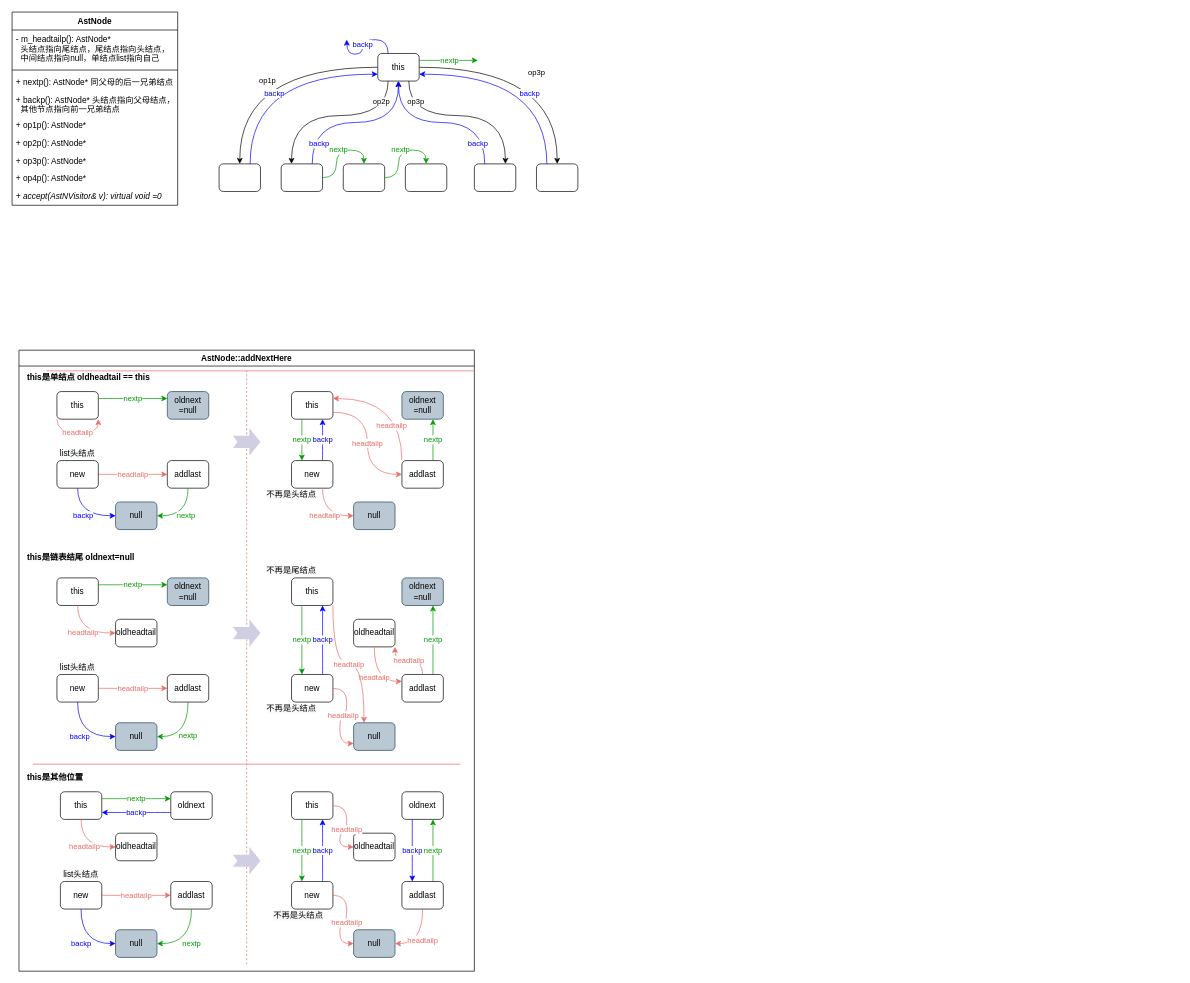
Dercury/CLDK keeps this draw.io diagram as verilator_digrams/V3AstNode.drawio. Above is the earlier version. Source tidied: cells renumbered, new cells numbered last; positions are measured from the earlier drawing's top-left corner, leaving out a move shared by most shapes. Both pictures are drawn from the tidied source at 69%, with x=0, y=0 at pixel (12, 12).
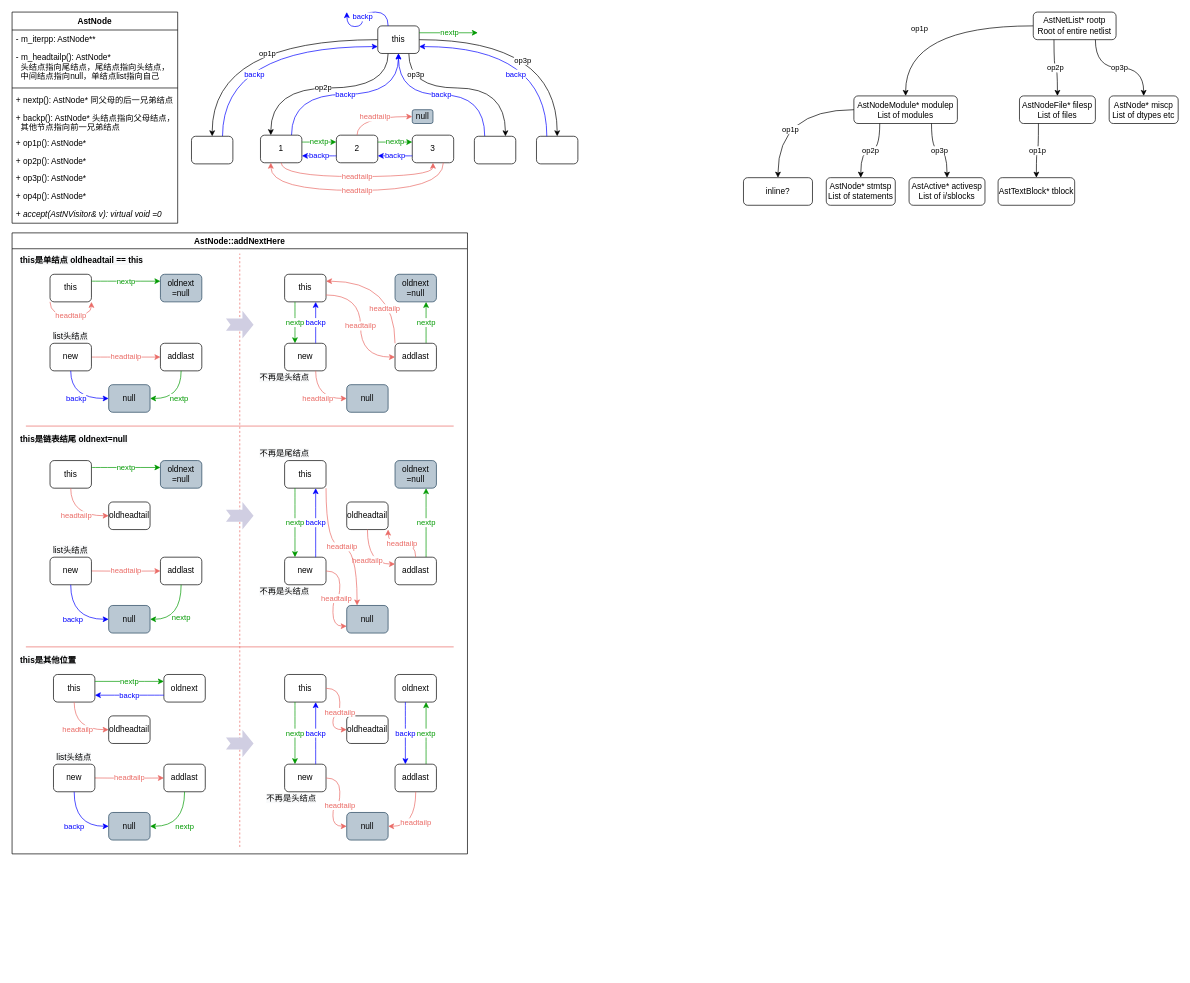
After the change.

What changed in the source:
```diff
@@
     <mxCell id="2" value="AstNode" style="swimlane;fontStyle=1;align=center;verticalAlign=top;horizontal=1;startSize=26;" parent="1" vertex="1">
-      <mxGeometry width="240" height="280" as="geometry" />
+      <mxGeometry width="240" height="306" as="geometry" />
     </mxCell>
+    <mxCell id="118" value="- m_iterpp: AstNode**" style="text;strokeColor=none;fillColor=none;align=left;verticalAlign=top;spacingLeft=4;spacingRight=4;overflow=hidden;" parent="2" vertex="1">
+      <mxGeometry y="26" width="240" height="26" as="geometry" />
+    </mxCell>
     <mxCell id="3" value="- m_headtailp(): AstNode*&#10;  头结点指向尾结点，尾结点指向头结点，&#10;  中间结点指向null，单结点list指向自己" style="text;strokeColor=none;fillColor=none;align=left;verticalAlign=top;spacingLeft=4;spacingRight=4;overflow=hidden;" parent="2" vertex="1">
-      <mxGeometry y="26" width="240" height="54" as="geometry" />
+      <mxGeometry y="52" width="240" height="54" as="geometry" />
     </mxCell>
     <mxCell id="4" style="line;strokeWidth=1;fillColor=none;align=left;verticalAlign=middle;spacingTop=-1;spacingLeft=3;spacingRight=3;labelPosition=right;" parent="2" vertex="1">
-      <mxGeometry y="80" width="240" height="8" as="geometry" />
+      <mxGeometry y="106" width="240" height="8" as="geometry" />
     </mxCell>
     <mxCell id="5" value="+ nextp(): AstNode* 同父母的后一兄弟结点" style="text;strokeColor=none;fillColor=none;align=left;verticalAlign=top;spacingLeft=4;spacingRight=4;overflow=hidden;" parent="2" vertex="1">
-      <mxGeometry y="88" width="240" height="26" as="geometry" />
+      <mxGeometry y="114" width="240" height="26" as="geometry" />
     </mxCell>
     <mxCell id="6" value="+ backp(): AstNode* 头结点指向父母结点，&#10;  其他节点指向前一兄弟结点" style="text;strokeColor=none;fillColor=none;align=left;verticalAlign=top;spacingLeft=4;spacingRight=4;overflow=hidden;" parent="2" vertex="1">
-      <mxGeometry y="114" width="240" height="36" as="geometry" />
+      <mxGeometry y="140" width="240" height="36" as="geometry" />
     </mxCell>
     <mxCell id="7" value="+ op1p(): AstNode*" style="text;strokeColor=none;fillColor=none;align=left;verticalAlign=top;spacingLeft=4;spacingRight=4;overflow=hidden;" parent="2" vertex="1">
-      <mxGeometry y="150" width="240" height="26" as="geometry" />
+      <mxGeometry y="176" width="240" height="26" as="geometry" />
     </mxCell>
     <mxCell id="8" value="+ op2p(): AstNode*" style="text;strokeColor=none;fillColor=none;align=left;verticalAlign=top;spacingLeft=4;spacingRight=4;overflow=hidden;" parent="2" vertex="1">
-      <mxGeometry y="176" width="240" height="26" as="geometry" />
+      <mxGeometry y="202" width="240" height="26" as="geometry" />
     </mxCell>
     <mxCell id="9" value="+ op3p(): AstNode*" style="text;strokeColor=none;fillColor=none;align=left;verticalAlign=top;spacingLeft=4;spacingRight=4;overflow=hidden;" parent="2" vertex="1">
-      <mxGeometry y="202" width="240" height="26" as="geometry" />
+      <mxGeometry y="228" width="240" height="26" as="geometry" />
     </mxCell>
     <mxCell id="10" value="+ op4p(): AstNode*" style="text;strokeColor=none;fillColor=none;align=left;verticalAlign=top;spacingLeft=4;spacingRight=4;overflow=hidden;" parent="2" vertex="1">
-      <mxGeometry y="228" width="240" height="26" as="geometry" />
+      <mxGeometry y="254" width="240" height="26" as="geometry" />
     </mxCell>
     <mxCell id="11" value="+ accept(AstNVisitor&amp; v): virtual void =0" style="text;strokeColor=none;fillColor=none;align=left;verticalAlign=top;spacingLeft=4;spacingRight=4;overflow=hidden;fontStyle=2;" parent="2" vertex="1">
-      <mxGeometry y="254" width="240" height="26" as="geometry" />
+      <mxGeometry y="280" width="240" height="26" as="geometry" />
     </mxCell>
     <mxCell id="12" value="op2p" style="edgeStyle=orthogonalEdgeStyle;rounded=0;jettySize=auto;html=1;exitX=0.25;exitY=1;exitDx=0;exitDy=0;entryX=0.25;entryY=0;entryDx=0;entryDy=0;curved=1;entryPerimeter=0;" parent="1" edge="1" source="16" target="20">
-      <mxGeometry x="-0.77" y="-10" relative="1" as="geometry">
+      <mxGeometry relative="1" as="geometry">
         <Array as="points">
-          <mxPoint x="545" y="150" />
-          <mxPoint x="405" y="150" />
+          <mxPoint x="545" y="110" />
+          <mxPoint x="375" y="110" />
         </Array>
       </mxGeometry>
     </mxCell>
     <mxCell id="13" value="op3p" style="edgeStyle=orthogonalEdgeStyle;rounded=0;jettySize=auto;html=1;exitX=0.75;exitY=1;exitDx=0;exitDy=0;entryX=0.75;entryY=0;entryDx=0;entryDy=0;curved=1;" parent="1" edge="1" source="16" target="22">
       <mxGeometry x="-0.77" y="10" relative="1" as="geometry">
         <Array as="points">
-          <mxPoint x="575" y="150" />
-          <mxPoint x="715" y="150" />
+          <mxPoint x="575" y="110" />
+          <mxPoint x="715" y="110" />
         </Array>
       </mxGeometry>
     </mxCell>
     <mxCell id="14" value="op3p" style="edgeStyle=orthogonalEdgeStyle;rounded=0;jettySize=auto;html=1;exitX=1;exitY=0.5;exitDx=0;exitDy=0;entryX=0.5;entryY=0;entryDx=0;entryDy=0;curved=1;" parent="1" edge="1" source="16" target="23">
-      <mxGeometry x="0.22" y="-30" relative="1" as="geometry" />
+      <mxGeometry x="-0.12" y="-30" relative="1" as="geometry" />
     </mxCell>
     <mxCell id="15" value="op1p" style="edgeStyle=orthogonalEdgeStyle;rounded=0;jettySize=auto;html=1;exitX=0;exitY=0.5;exitDx=0;exitDy=0;entryX=0.5;entryY=0;entryDx=0;entryDy=0;curved=1;" parent="1" edge="1" source="16" target="18">
-      <mxGeometry x="0.29" y="40" relative="1" as="geometry" />
+      <mxGeometry x="-0.16" y="20" relative="1" as="geometry" />
     </mxCell>
     <mxCell id="16" value="this" style="rounded=1;whiteSpace=wrap;html=1;" parent="1" vertex="1">
-      <mxGeometry x="530" y="60" width="60" height="40" as="geometry" />
+      <mxGeometry x="530" y="20" width="60" height="40" as="geometry" />
     </mxCell>
     <mxCell id="17" value="backp" style="edgeStyle=orthogonalEdgeStyle;curved=1;rounded=0;jettySize=auto;html=1;exitX=0.75;exitY=0;exitDx=0;exitDy=0;entryX=0;entryY=0.75;entryDx=0;entryDy=0;fontColor=#0000FF;strokeColor=#0000FF;" parent="1" edge="1" source="18" target="16">
-      <mxGeometry x="-0.35" y="-35" relative="1" as="geometry" />
+      <mxGeometry x="-0.01" y="-40" relative="1" as="geometry" />
     </mxCell>
     <mxCell id="18" style="rounded=1;whiteSpace=wrap;html=1;" parent="1" vertex="1">
-      <mxGeometry x="300" y="220" width="60" height="40" as="geometry" />
+      <mxGeometry x="260" y="180" width="60" height="40" as="geometry" />
     </mxCell>
     <mxCell id="19" value="backp" style="edgeStyle=orthogonalEdgeStyle;curved=1;rounded=0;jettySize=auto;html=1;exitX=0.75;exitY=0;exitDx=0;exitDy=0;entryX=0.5;entryY=1;entryDx=0;entryDy=0;fontColor=#0000FF;strokeColor=#0000FF;" parent="1" edge="1" source="20" target="16">
-      <mxGeometry x="-0.76" y="-10" relative="1" as="geometry" />
+      <mxGeometry relative="1" as="geometry" />
     </mxCell>
-    <mxCell id="20" style="rounded=1;whiteSpace=wrap;html=1;" parent="1" vertex="1">
-      <mxGeometry x="390" y="220" width="60" height="40" as="geometry" />
+    <mxCell id="20" value="1" style="rounded=1;whiteSpace=wrap;html=1;" parent="1" vertex="1">
+      <mxGeometry x="360" y="178.4" width="60" height="40" as="geometry" />
     </mxCell>
     <mxCell id="21" value="backp" style="edgeStyle=orthogonalEdgeStyle;curved=1;rounded=0;jettySize=auto;html=1;exitX=0.25;exitY=0;exitDx=0;exitDy=0;entryX=0.5;entryY=1;entryDx=0;entryDy=0;strokeColor=#0000FF;fontColor=#0000FF;" parent="1" edge="1" source="22" target="16">
-      <mxGeometry x="-0.76" y="10" relative="1" as="geometry" />
+      <mxGeometry relative="1" as="geometry" />
     </mxCell>
     <mxCell id="22" style="rounded=1;whiteSpace=wrap;html=1;" parent="1" vertex="1">
-      <mxGeometry x="670" y="220" width="60" height="40" as="geometry" />
+      <mxGeometry x="670" y="180" width="60" height="40" as="geometry" />
     </mxCell>
     <mxCell id="23" style="rounded=1;whiteSpace=wrap;html=1;" parent="1" vertex="1">
-      <mxGeometry x="760" y="220" width="60" height="40" as="geometry" />
+      <mxGeometry x="760" y="180" width="60" height="40" as="geometry" />
     </mxCell>
     <mxCell id="24" value="backp" style="edgeStyle=orthogonalEdgeStyle;curved=1;rounded=0;jettySize=auto;html=1;exitX=0.25;exitY=0;exitDx=0;exitDy=0;entryX=1;entryY=0.75;entryDx=0;entryDy=0;strokeColor=#0000FF;fontColor=#0000FF;" parent="1" edge="1" source="23" target="16">
-      <mxGeometry x="-0.35" y="25" relative="1" as="geometry" />
+      <mxGeometry x="0.11" y="40" relative="1" as="geometry" />
     </mxCell>
     <mxCell id="25" value="backp" style="edgeStyle=orthogonalEdgeStyle;curved=1;rounded=0;jettySize=auto;html=1;exitX=0.25;exitY=0;exitDx=0;exitDy=0;strokeColor=#0000FF;fontColor=#0000FF;" parent="1" edge="1" source="16">
       <mxGeometry x="0.05" relative="1" as="geometry">
-        <mxPoint x="485" y="40" as="targetPoint" />
+        <mxPoint x="485" as="targetPoint" />
       </mxGeometry>
     </mxCell>
     <mxCell id="26" value="nextp" style="edgeStyle=orthogonalEdgeStyle;curved=1;rounded=0;jettySize=auto;html=1;exitX=1;exitY=0.25;exitDx=0;exitDy=0;strokeColor=#009900;fontColor=#009900;" parent="1" edge="1" source="16">
       <mxGeometry x="0.05" relative="1" as="geometry">
-        <mxPoint x="675" y="70" as="targetPoint" />
+        <mxPoint x="675" y="30" as="targetPoint" />
       </mxGeometry>
     </mxCell>
     <mxCell id="27" value="AstNode::addNextHere" style="swimlane;align=center;" parent="1" vertex="1">
-      <mxGeometry x="10" y="490" width="660" height="900" as="geometry" />
+      <mxGeometry y="320" width="660" height="900" as="geometry" />
     </mxCell>
@@
-    <mxCell id="113" style="endArrow=none;html=1;fontColor=#000000;strokeColor=#EA6B66;" parent="1" edge="1">
+    <mxCell id="113" style="endArrow=none;html=1;fontColor=#000000;strokeColor=#EA6B66;" parent="27" edge="1">
       <mxGeometry relative="1" as="geometry">
-        <mxPoint x="670" y="520" as="sourcePoint" />
-        <mxPoint x="50" y="520" as="targetPoint" />
+        <mxPoint x="640" y="280" as="sourcePoint" />
+        <mxPoint x="20" y="280" as="targetPoint" />
       </mxGeometry>
     </mxCell>
-    <mxCell id="114" style="rounded=1;whiteSpace=wrap;html=1;" parent="1" vertex="1">
-      <mxGeometry x="480" y="220" width="60" height="40" as="geometry" />
+    <mxCell id="114" value="2" style="rounded=1;whiteSpace=wrap;html=1;" parent="1" vertex="1">
+      <mxGeometry x="470" y="178.4" width="60" height="40" as="geometry" />
     </mxCell>
-    <mxCell id="115" value="nextp" style="edgeStyle=orthogonalEdgeStyle;curved=1;rounded=0;jettySize=auto;html=1;exitX=1;exitY=0.5;exitDx=0;exitDy=0;strokeColor=#009900;fontColor=#009900;entryX=0.5;entryY=0;entryDx=0;entryDy=0;" parent="1" edge="1" source="20" target="114">
-      <mxGeometry x="0.05" relative="1" as="geometry" />
+    <mxCell id="115" value="nextp" style="edgeStyle=orthogonalEdgeStyle;curved=1;rounded=0;jettySize=auto;html=1;exitX=1;exitY=0.25;exitDx=0;exitDy=0;strokeColor=#009900;fontColor=#009900;entryX=0;entryY=0.25;entryDx=0;entryDy=0;" parent="1" edge="1" source="20" target="114">
+      <mxGeometry relative="1" as="geometry" />
     </mxCell>
-    <mxCell id="116" style="rounded=1;whiteSpace=wrap;html=1;" parent="1" vertex="1">
-      <mxGeometry x="570" y="220" width="60" height="40" as="geometry" />
+    <mxCell id="116" value="3" style="rounded=1;whiteSpace=wrap;html=1;" parent="1" vertex="1">
+      <mxGeometry x="580" y="178.4" width="60" height="40" as="geometry" />
     </mxCell>
-    <mxCell id="117" value="nextp" style="edgeStyle=orthogonalEdgeStyle;curved=1;rounded=0;jettySize=auto;html=1;exitX=1;exitY=0.5;exitDx=0;exitDy=0;strokeColor=#009900;fontColor=#009900;entryX=0.5;entryY=0;entryDx=0;entryDy=0;" parent="1" edge="1" source="114" target="116">
-      <mxGeometry x="0.05" relative="1" as="geometry" />
+    <mxCell id="117" value="nextp" style="edgeStyle=orthogonalEdgeStyle;curved=1;rounded=0;jettySize=auto;html=1;exitX=1;exitY=0.25;exitDx=0;exitDy=0;strokeColor=#009900;fontColor=#009900;entryX=0;entryY=0.25;entryDx=0;entryDy=0;" parent="1" edge="1" source="114" target="116">
+      <mxGeometry relative="1" as="geometry" />
     </mxCell>
+    <mxCell id="119" value="headtailp" style="edgeStyle=orthogonalEdgeStyle;curved=1;rounded=0;jettySize=auto;html=1;fontColor=#EA6B66;strokeColor=#EA6B66;exitX=0.5;exitY=1;exitDx=0;exitDy=0;entryX=0.5;entryY=1;entryDx=0;entryDy=0;" parent="1" edge="1" source="20" target="116">
+      <mxGeometry relative="1" as="geometry" />
+    </mxCell>
+    <mxCell id="120" value="headtailp" style="edgeStyle=orthogonalEdgeStyle;curved=1;rounded=0;jettySize=auto;html=1;fontColor=#EA6B66;strokeColor=#EA6B66;exitX=0.75;exitY=1;exitDx=0;exitDy=0;entryX=0.25;entryY=1;entryDx=0;entryDy=0;" parent="1" edge="1" source="116" target="20">
+      <mxGeometry relative="1" as="geometry">
+        <Array as="points">
+          <mxPoint x="625" y="258.5" />
+          <mxPoint x="375" y="258.5" />
+        </Array>
+      </mxGeometry>
+    </mxCell>
+    <mxCell id="121" value="null" style="rounded=1;whiteSpace=wrap;html=1;fillColor=#bac8d3;strokeColor=#23445d;" parent="1" vertex="1">
+      <mxGeometry x="580" y="141.5" width="30" height="20" as="geometry" />
+    </mxCell>
+    <mxCell id="122" value="headtailp" style="edgeStyle=orthogonalEdgeStyle;curved=1;rounded=0;jettySize=auto;html=1;fontColor=#EA6B66;strokeColor=#EA6B66;entryX=0;entryY=0.5;entryDx=0;entryDy=0;exitX=0.5;exitY=0;exitDx=0;exitDy=0;" parent="1" edge="1" source="114" target="121">
+      <mxGeometry relative="1" as="geometry" />
+    </mxCell>
+    <mxCell id="123" value="backp" style="edgeStyle=orthogonalEdgeStyle;curved=1;rounded=0;jettySize=auto;html=1;exitX=0;exitY=0.75;exitDx=0;exitDy=0;entryX=1;entryY=0.75;entryDx=0;entryDy=0;fontColor=#0000FF;strokeColor=#0000FF;" parent="1" edge="1" source="116" target="114">
+      <mxGeometry relative="1" as="geometry" />
+    </mxCell>
+    <mxCell id="124" value="backp" style="edgeStyle=orthogonalEdgeStyle;curved=1;rounded=0;jettySize=auto;html=1;exitX=0;exitY=0.75;exitDx=0;exitDy=0;entryX=1;entryY=0.75;entryDx=0;entryDy=0;fontColor=#0000FF;strokeColor=#0000FF;" parent="1" edge="1" source="114" target="20">
+      <mxGeometry relative="1" as="geometry" />
+    </mxCell>
+    <mxCell id="125" value="op1p" style="edgeStyle=orthogonalEdgeStyle;curved=1;rounded=0;jettySize=auto;html=1;fontColor=#000000;" parent="1" edge="1" source="126" target="127">
+      <mxGeometry x="0.32" y="20" relative="1" as="geometry" />
+    </mxCell>
+    <mxCell id="126" value="AstNetList* rootp&lt;br&gt;Root of entire netlist" style="rounded=1;whiteSpace=wrap;html=1;" parent="1" vertex="1">
+      <mxGeometry x="1480" width="120" height="40" as="geometry" />
+    </mxCell>
+    <mxCell id="127" value="AstNodeModule* modulep&lt;br&gt;List of modules" style="rounded=1;whiteSpace=wrap;html=1;" parent="1" vertex="1">
+      <mxGeometry x="1220" y="121.5" width="150" height="40" as="geometry" />
+    </mxCell>
+    <mxCell id="128" value="op2p" style="edgeStyle=orthogonalEdgeStyle;curved=1;rounded=0;jettySize=auto;html=1;fontColor=#000000;exitX=0.25;exitY=1;exitDx=0;exitDy=0;" parent="1" edge="1" source="126" target="129">
+      <mxGeometry relative="1" as="geometry" />
+    </mxCell>
+    <mxCell id="129" value="AstNodeFile* filesp&lt;br&gt;List of files" style="rounded=1;whiteSpace=wrap;html=1;" parent="1" vertex="1">
+      <mxGeometry x="1460" y="121.5" width="110" height="40" as="geometry" />
+    </mxCell>
+    <mxCell id="130" value="AstNode* miscp&lt;br&gt;List of dtypes etc" style="rounded=1;whiteSpace=wrap;html=1;" parent="1" vertex="1">
+      <mxGeometry x="1590" y="121.5" width="100" height="40" as="geometry" />
+    </mxCell>
+    <mxCell id="131" value="op3p" style="edgeStyle=orthogonalEdgeStyle;curved=1;rounded=0;jettySize=auto;html=1;fontColor=#000000;exitX=0.75;exitY=1;exitDx=0;exitDy=0;entryX=0.5;entryY=0;entryDx=0;entryDy=0;" parent="1" edge="1" source="126" target="130">
+      <mxGeometry relative="1" as="geometry" />
+    </mxCell>
+    <mxCell id="132" value="AstNode* stmtsp&lt;br&gt;List of statements" style="rounded=1;whiteSpace=wrap;html=1;" parent="1" vertex="1">
+      <mxGeometry x="1180" y="240" width="100" height="40" as="geometry" />
+    </mxCell>
+    <mxCell id="133" value="op2p" style="edgeStyle=orthogonalEdgeStyle;curved=1;rounded=0;jettySize=auto;html=1;fontColor=#000000;exitX=0.25;exitY=1;exitDx=0;exitDy=0;entryX=0.5;entryY=0;entryDx=0;entryDy=0;" parent="1" edge="1" source="127" target="132">
+      <mxGeometry relative="1" as="geometry" />
+    </mxCell>
+    <mxCell id="134" value="AstActive* activesp&lt;br&gt;List of i/sblocks" style="rounded=1;whiteSpace=wrap;html=1;" parent="1" vertex="1">
+      <mxGeometry x="1300" y="240" width="110" height="40" as="geometry" />
+    </mxCell>
+    <mxCell id="135" value="op3p" style="edgeStyle=orthogonalEdgeStyle;curved=1;rounded=0;jettySize=auto;html=1;fontColor=#000000;exitX=0.75;exitY=1;exitDx=0;exitDy=0;entryX=0.5;entryY=0;entryDx=0;entryDy=0;" parent="1" edge="1" source="127" target="134">
+      <mxGeometry relative="1" as="geometry" />
+    </mxCell>
+    <mxCell id="136" value="inline?" style="rounded=1;whiteSpace=wrap;html=1;" parent="1" vertex="1">
+      <mxGeometry x="1060" y="240" width="100" height="40" as="geometry" />
+    </mxCell>
+    <mxCell id="137" value="op1p" style="edgeStyle=orthogonalEdgeStyle;curved=1;rounded=0;jettySize=auto;html=1;fontColor=#000000;exitX=0;exitY=0.5;exitDx=0;exitDy=0;entryX=0.5;entryY=0;entryDx=0;entryDy=0;" parent="1" edge="1" source="127" target="136">
+      <mxGeometry x="-0.12" y="28" relative="1" as="geometry" />
+    </mxCell>
+    <mxCell id="138" value="AstTextBlock* tblock" style="rounded=1;whiteSpace=wrap;html=1;" parent="1" vertex="1">
+      <mxGeometry x="1429" y="240" width="111" height="40" as="geometry" />
+    </mxCell>
+    <mxCell id="139" value="op1p" style="edgeStyle=orthogonalEdgeStyle;curved=1;rounded=0;jettySize=auto;html=1;fontColor=#000000;exitX=0.25;exitY=1;exitDx=0;exitDy=0;entryX=0.5;entryY=0;entryDx=0;entryDy=0;" parent="1" edge="1" source="129" target="138">
+      <mxGeometry relative="1" as="geometry" />
+    </mxCell>
```
